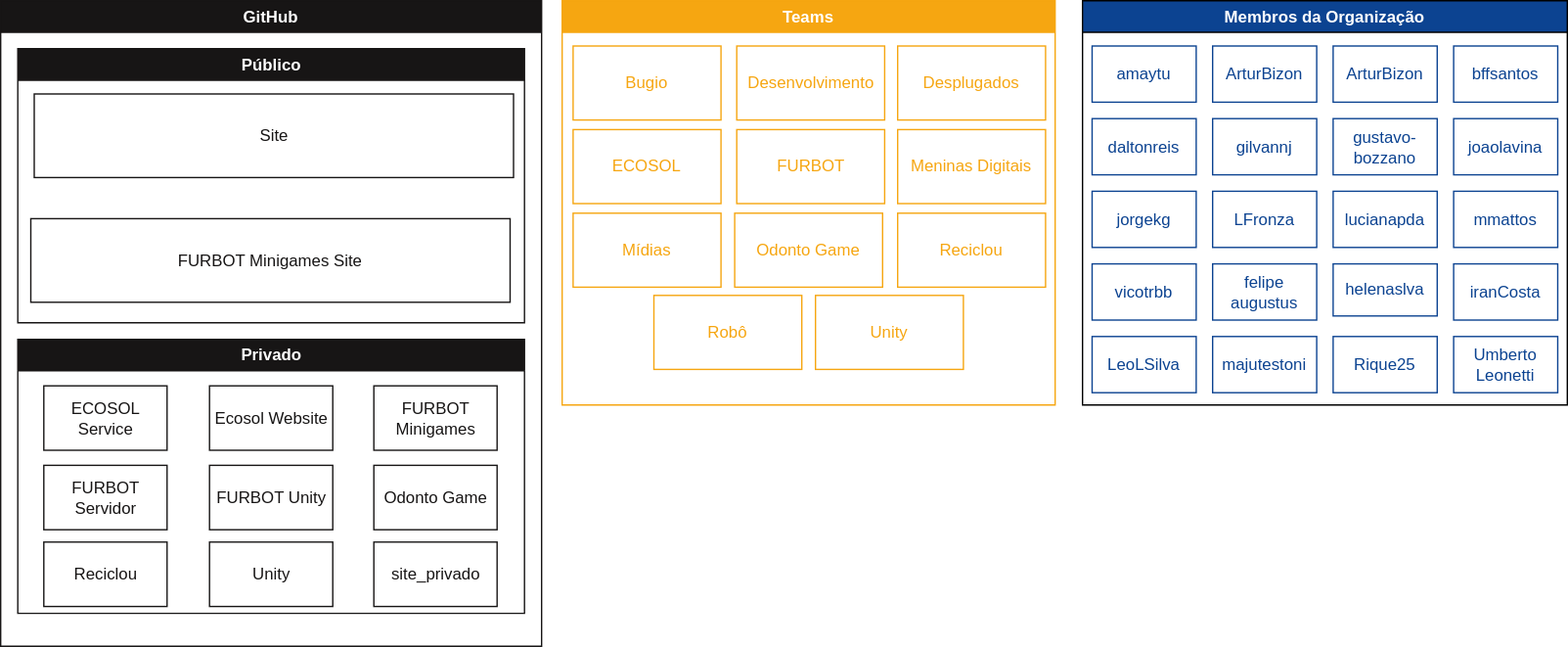
Earlier version of the draw.io export organograma.drawio.svg (LDTTFURB/site). Source tidied: cells renumbered, new cells last; positions are measured from the earlier drawing's top-left corner, leaving out a move shared by most shapes. Source of this version:
```xml
<mxGraphModel background="#ffffff">
  <root>
    <mxCell id="0" />
    <mxCell id="1" parent="0" />
    <mxCell id="2" value="&lt;font color=&quot;#ffffff&quot;&gt;GitHub&lt;/font&gt;" style="swimlane;whiteSpace=wrap;html=1;fillColor=#171515;strokeColor=#171515;" parent="1" vertex="1">
      <mxGeometry width="395" height="471" as="geometry" />
    </mxCell>
    <mxCell id="3" value="&lt;font color=&quot;#ffffff&quot;&gt;Público&lt;/font&gt;" style="swimlane;whiteSpace=wrap;html=1;startSize=23;strokeColor=#171515;fillColor=#171515;" parent="2" vertex="1">
      <mxGeometry x="12.5" y="35" width="370" height="200" as="geometry" />
    </mxCell>
    <mxCell id="4" value="&lt;font color=&quot;#171515&quot;&gt;Site&lt;/font&gt;" style="rounded=0;whiteSpace=wrap;html=1;strokeColor=#171515;fillColor=#FFFFFF;" parent="3" vertex="1">
      <mxGeometry x="12" y="33" width="350" height="61" as="geometry" />
    </mxCell>
    <mxCell id="5" value="&lt;font color=&quot;#171515&quot;&gt;FURBOT Minigames Site&lt;/font&gt;" style="rounded=0;whiteSpace=wrap;html=1;gradientColor=none;strokeColor=#171515;fillColor=#FFFFFF;" parent="3" vertex="1">
      <mxGeometry x="9.5" y="124" width="350" height="61" as="geometry" />
    </mxCell>
    <mxCell id="6" value="&lt;font color=&quot;#ffffff&quot;&gt;Privado&lt;/font&gt;" style="swimlane;whiteSpace=wrap;html=1;fillColor=#171515;strokeColor=#171515;startSize=23;" parent="2" vertex="1">
      <mxGeometry x="12.5" y="247" width="370" height="200" as="geometry" />
    </mxCell>
    <mxCell id="7" value="&lt;font color=&quot;#171515&quot;&gt;Unity&lt;/font&gt;" style="rounded=0;whiteSpace=wrap;html=1;gradientColor=none;strokeColor=#171515;fillColor=#FFFFFF;" parent="6" vertex="1">
      <mxGeometry x="140" y="148" width="90" height="47" as="geometry" />
    </mxCell>
    <mxCell id="8" value="&lt;font color=&quot;#171515&quot;&gt;FURBOT Minigames&lt;/font&gt;" style="rounded=0;whiteSpace=wrap;html=1;gradientColor=none;strokeColor=#171515;fillColor=#FFFFFF;" parent="6" vertex="1">
      <mxGeometry x="260" y="34" width="90" height="47" as="geometry" />
    </mxCell>
    <mxCell id="9" value="&lt;font color=&quot;#171515&quot;&gt;Odonto Game&lt;/font&gt;" style="rounded=0;whiteSpace=wrap;html=1;gradientColor=none;strokeColor=#171515;fillColor=#FFFFFF;" parent="6" vertex="1">
      <mxGeometry x="260" y="92" width="90" height="47" as="geometry" />
    </mxCell>
    <mxCell id="10" value="&lt;font color=&quot;#171515&quot;&gt;FURBOT Unity&lt;/font&gt;" style="rounded=0;whiteSpace=wrap;html=1;gradientColor=none;strokeColor=#171515;fillColor=#FFFFFF;" parent="6" vertex="1">
      <mxGeometry x="140" y="92" width="90" height="47" as="geometry" />
    </mxCell>
    <mxCell id="11" value="&lt;font color=&quot;#171515&quot;&gt;Reciclou&lt;/font&gt;" style="rounded=0;whiteSpace=wrap;html=1;gradientColor=none;strokeColor=#171515;fillColor=#FFFFFF;" parent="6" vertex="1">
      <mxGeometry x="19" y="148" width="90" height="47" as="geometry" />
    </mxCell>
    <mxCell id="12" value="&lt;font color=&quot;#171515&quot;&gt;FURBOT Servidor&lt;/font&gt;" style="rounded=0;whiteSpace=wrap;html=1;gradientColor=none;strokeColor=#171515;fillColor=#FFFFFF;" parent="6" vertex="1">
      <mxGeometry x="19" y="92" width="90" height="47" as="geometry" />
    </mxCell>
    <mxCell id="13" value="&lt;font color=&quot;#171515&quot;&gt;ECOSOL&lt;br&gt;Service&lt;/font&gt;" style="rounded=0;whiteSpace=wrap;html=1;gradientColor=none;strokeColor=#171515;fillColor=#FFFFFF;" parent="6" vertex="1">
      <mxGeometry x="19" y="34" width="90" height="47" as="geometry" />
    </mxCell>
    <mxCell id="14" value="&lt;font color=&quot;#171515&quot;&gt;Ecosol Website&lt;/font&gt;" style="rounded=0;whiteSpace=wrap;html=1;gradientColor=none;strokeColor=#171515;fillColor=#FFFFFF;" parent="6" vertex="1">
      <mxGeometry x="140" y="34" width="90" height="47" as="geometry" />
    </mxCell>
    <mxCell id="15" value="&lt;font color=&quot;#171515&quot;&gt;site_privado&lt;/font&gt;" style="rounded=0;whiteSpace=wrap;html=1;gradientColor=none;strokeColor=#171515;fillColor=#FFFFFF;" parent="6" vertex="1">
      <mxGeometry x="260" y="148" width="90" height="47" as="geometry" />
    </mxCell>
    <mxCell id="16" value="&lt;font color=&quot;#ffffff&quot;&gt;Membros da Organização&lt;/font&gt;" style="swimlane;whiteSpace=wrap;html=1;fillColor=#0c4391;" parent="1" vertex="1">
      <mxGeometry x="790" width="354" height="295" as="geometry" />
    </mxCell>
    <mxCell id="17" value="&lt;font color=&quot;#0c4391&quot;&gt;amaytu&lt;/font&gt;" style="whiteSpace=wrap;html=1;strokeColor=#0c4391;fillColor=#FFFFFF;" parent="16" vertex="1">
      <mxGeometry x="7" y="33" width="76" height="41" as="geometry" />
    </mxCell>
    <mxCell id="18" value="&lt;font color=&quot;#0c4391&quot;&gt;ArturBizon&lt;/font&gt;" style="whiteSpace=wrap;html=1;strokeColor=#0c4391;gradientColor=none;fillColor=#FFFFFF;" parent="16" vertex="1">
      <mxGeometry x="95" y="33" width="76" height="41" as="geometry" />
    </mxCell>
    <mxCell id="19" value="&lt;font color=&quot;#0c4391&quot;&gt;ArturBizon&lt;/font&gt;" style="whiteSpace=wrap;html=1;strokeColor=#0c4391;fillColor=#FFFFFF;" parent="16" vertex="1">
      <mxGeometry x="183" y="33" width="76" height="41" as="geometry" />
    </mxCell>
    <mxCell id="20" value="&lt;font color=&quot;#0c4391&quot;&gt;bffsantos&lt;/font&gt;" style="whiteSpace=wrap;html=1;strokeColor=#0c4391;fillColor=#FFFFFF;" parent="16" vertex="1">
      <mxGeometry x="271" y="33" width="76" height="41" as="geometry" />
    </mxCell>
    <mxCell id="21" value="&lt;font color=&quot;#0c4391&quot;&gt;daltonreis&lt;/font&gt;" style="whiteSpace=wrap;html=1;strokeColor=#0c4391;fillColor=#FFFFFF;" parent="16" vertex="1">
      <mxGeometry x="7" y="86" width="76" height="41" as="geometry" />
    </mxCell>
    <mxCell id="22" value="&lt;font color=&quot;#0c4391&quot;&gt;gilvannj&lt;/font&gt;" style="whiteSpace=wrap;html=1;strokeColor=#0c4391;fillColor=#FFFFFF;" parent="16" vertex="1">
      <mxGeometry x="95" y="86" width="76" height="41" as="geometry" />
    </mxCell>
    <mxCell id="23" value="&lt;font color=&quot;#0c4391&quot;&gt;gustavo-bozzano&lt;/font&gt;" style="whiteSpace=wrap;html=1;strokeColor=#0c4391;fillColor=#FFFFFF;" parent="16" vertex="1">
      <mxGeometry x="183" y="86" width="76" height="41" as="geometry" />
    </mxCell>
    <mxCell id="24" value="&lt;font color=&quot;#0c4391&quot;&gt;joaolavina&lt;/font&gt;" style="whiteSpace=wrap;html=1;strokeColor=#0c4391;fillColor=#FFFFFF;" parent="16" vertex="1">
      <mxGeometry x="271" y="86" width="76" height="41" as="geometry" />
    </mxCell>
    <mxCell id="25" value="&lt;font color=&quot;#0c4391&quot;&gt;jorgekg&lt;/font&gt;" style="whiteSpace=wrap;html=1;strokeColor=#0c4391;fillColor=#FFFFFF;" parent="16" vertex="1">
      <mxGeometry x="7" y="139" width="76" height="41" as="geometry" />
    </mxCell>
    <mxCell id="26" value="&lt;font color=&quot;#0c4391&quot;&gt;LFronza&lt;/font&gt;" style="whiteSpace=wrap;html=1;strokeColor=#0c4391;fillColor=#FFFFFF;" parent="16" vertex="1">
      <mxGeometry x="95" y="139" width="76" height="41" as="geometry" />
    </mxCell>
    <mxCell id="27" value="&lt;font color=&quot;#0c4391&quot;&gt;lucianapda&lt;/font&gt;" style="whiteSpace=wrap;html=1;strokeColor=#0c4391;fillColor=#FFFFFF;" parent="16" vertex="1">
      <mxGeometry x="183" y="139" width="76" height="41" as="geometry" />
    </mxCell>
    <mxCell id="28" value="&lt;font color=&quot;#0c4391&quot;&gt;mmattos&lt;/font&gt;" style="whiteSpace=wrap;html=1;strokeColor=#0c4391;fillColor=#FFFFFF;" parent="16" vertex="1">
      <mxGeometry x="271" y="139" width="76" height="41" as="geometry" />
    </mxCell>
    <mxCell id="29" value="&lt;font color=&quot;#0c4391&quot;&gt;vicotrbb&lt;/font&gt;" style="whiteSpace=wrap;html=1;strokeColor=#0c4391;fillColor=#FFFFFF;" parent="16" vertex="1">
      <mxGeometry x="7" y="192" width="76" height="41" as="geometry" />
    </mxCell>
    <mxCell id="30" value="&lt;font color=&quot;#0c4391&quot;&gt;felipe&lt;br&gt;augustus&lt;/font&gt;" style="whiteSpace=wrap;html=1;strokeColor=#0c4391;fillColor=#FFFFFF;" parent="16" vertex="1">
      <mxGeometry x="95" y="192" width="76" height="41" as="geometry" />
    </mxCell>
    <mxCell id="31" value="&lt;font color=&quot;#0c4391&quot;&gt;helenaslva&lt;/font&gt;" style="whiteSpace=wrap;html=1;strokeColor=#0c4391;fillColor=#FFFFFF;" parent="16" vertex="1">
      <mxGeometry x="183" y="192" width="76" height="38" as="geometry" />
    </mxCell>
    <mxCell id="32" value="&lt;font color=&quot;#0c4391&quot;&gt;iranCosta&lt;/font&gt;" style="whiteSpace=wrap;html=1;strokeColor=#0c4391;fillColor=#FFFFFF;" parent="16" vertex="1">
      <mxGeometry x="271" y="192" width="76" height="41" as="geometry" />
    </mxCell>
    <mxCell id="33" value="&lt;font color=&quot;#0c4391&quot;&gt;LeoLSilva&lt;/font&gt;" style="whiteSpace=wrap;html=1;strokeColor=#0c4391;fillColor=#FFFFFF;" parent="16" vertex="1">
      <mxGeometry x="7" y="245" width="76" height="41" as="geometry" />
    </mxCell>
    <mxCell id="34" value="&lt;font color=&quot;#0c4391&quot;&gt;majutestoni&lt;/font&gt;" style="whiteSpace=wrap;html=1;strokeColor=#0c4391;fillColor=#FFFFFF;" parent="16" vertex="1">
      <mxGeometry x="95" y="245" width="76" height="41" as="geometry" />
    </mxCell>
    <mxCell id="35" value="&lt;font color=&quot;#0c4391&quot;&gt;Rique25&lt;/font&gt;" style="whiteSpace=wrap;html=1;strokeColor=#0c4391;fillColor=#FFFFFF;" parent="16" vertex="1">
      <mxGeometry x="183" y="245" width="76" height="41" as="geometry" />
    </mxCell>
    <mxCell id="36" value="&lt;font color=&quot;#0c4391&quot;&gt;Umberto&lt;br&gt;Leonetti&lt;/font&gt;" style="whiteSpace=wrap;html=1;strokeColor=#0c4391;fillColor=#FFFFFF;" parent="16" vertex="1">
      <mxGeometry x="271" y="245" width="76" height="41" as="geometry" />
    </mxCell>
    <mxCell id="37" value="&lt;font color=&quot;#ffffff&quot;&gt;Teams&lt;/font&gt;" style="swimlane;whiteSpace=wrap;html=1;fillColor=#F6A611;startSize=23;strokeColor=#F6A611;" parent="1" vertex="1">
      <mxGeometry x="410" width="360" height="295" as="geometry" />
    </mxCell>
    <mxCell id="38" value="&lt;font color=&quot;#f6a611&quot;&gt;ECOSOL&lt;/font&gt;" style="rounded=0;whiteSpace=wrap;html=1;strokeColor=#F6A611;fillColor=#FFFFFF;" parent="37" vertex="1">
      <mxGeometry x="8" y="94" width="108" height="54" as="geometry" />
    </mxCell>
    <mxCell id="39" value="&lt;font color=&quot;#f6a611&quot;&gt;Bugio&lt;/font&gt;" style="rounded=0;whiteSpace=wrap;html=1;strokeColor=#F6A611;fillColor=#FFFFFF;" parent="37" vertex="1">
      <mxGeometry x="8" y="33" width="108" height="54" as="geometry" />
    </mxCell>
    <mxCell id="40" value="&lt;font color=&quot;#f6a611&quot;&gt;Mídias&lt;/font&gt;" style="rounded=0;whiteSpace=wrap;html=1;strokeColor=#F6A611;fillColor=#FFFFFF;" parent="37" vertex="1">
      <mxGeometry x="8" y="155" width="108" height="54" as="geometry" />
    </mxCell>
    <mxCell id="41" value="&lt;font color=&quot;#f6a611&quot;&gt;Meninas Digitais&lt;/font&gt;" style="rounded=0;whiteSpace=wrap;html=1;strokeColor=#F6A611;fillColor=#FFFFFF;" parent="37" vertex="1">
      <mxGeometry x="245" y="94" width="108" height="54" as="geometry" />
    </mxCell>
    <mxCell id="42" value="&lt;font color=&quot;#f6a611&quot;&gt;FURBOT&lt;/font&gt;" style="rounded=0;whiteSpace=wrap;html=1;strokeColor=#F6A611;fillColor=#FFFFFF;" parent="37" vertex="1">
      <mxGeometry x="127.5" y="94" width="108" height="54" as="geometry" />
    </mxCell>
    <mxCell id="43" value="&lt;font color=&quot;#f6a611&quot;&gt;Desenvolvimento&lt;/font&gt;" style="rounded=0;whiteSpace=wrap;html=1;strokeColor=#F6A611;fillColor=#FFFFFF;" parent="37" vertex="1">
      <mxGeometry x="127.5" y="33" width="108" height="54" as="geometry" />
    </mxCell>
    <mxCell id="44" value="&lt;font color=&quot;#f6a611&quot;&gt;Odonto Game&lt;/font&gt;" style="rounded=0;whiteSpace=wrap;html=1;strokeColor=#F6A611;fillColor=#FFFFFF;" parent="37" vertex="1">
      <mxGeometry x="126" y="155" width="108" height="54" as="geometry" />
    </mxCell>
    <mxCell id="45" value="&lt;font color=&quot;#f6a611&quot;&gt;Robô&lt;/font&gt;" style="rounded=0;whiteSpace=wrap;html=1;strokeColor=#F6A611;fillColor=#FFFFFF;" parent="37" vertex="1">
      <mxGeometry x="67" y="215" width="108" height="54" as="geometry" />
    </mxCell>
    <mxCell id="46" value="&lt;font color=&quot;#f6a611&quot;&gt;Desplugados&lt;/font&gt;" style="rounded=0;whiteSpace=wrap;html=1;strokeColor=#F6A611;fillColor=#FFFFFF;" parent="37" vertex="1">
      <mxGeometry x="245" y="33" width="108" height="54" as="geometry" />
    </mxCell>
    <mxCell id="47" value="&lt;font color=&quot;#f6a611&quot;&gt;Unity&lt;/font&gt;" style="rounded=0;whiteSpace=wrap;html=1;strokeColor=#F6A611;fillColor=#FFFFFF;" parent="37" vertex="1">
      <mxGeometry x="185" y="215" width="108" height="54" as="geometry" />
    </mxCell>
    <mxCell id="48" value="&lt;font color=&quot;#f6a611&quot;&gt;Reciclou&lt;/font&gt;" style="rounded=0;whiteSpace=wrap;html=1;strokeColor=#F6A611;fillColor=#FFFFFF;" parent="37" vertex="1">
      <mxGeometry x="245" y="155" width="108" height="54" as="geometry" />
    </mxCell>
  </root>
</mxGraphModel>
```
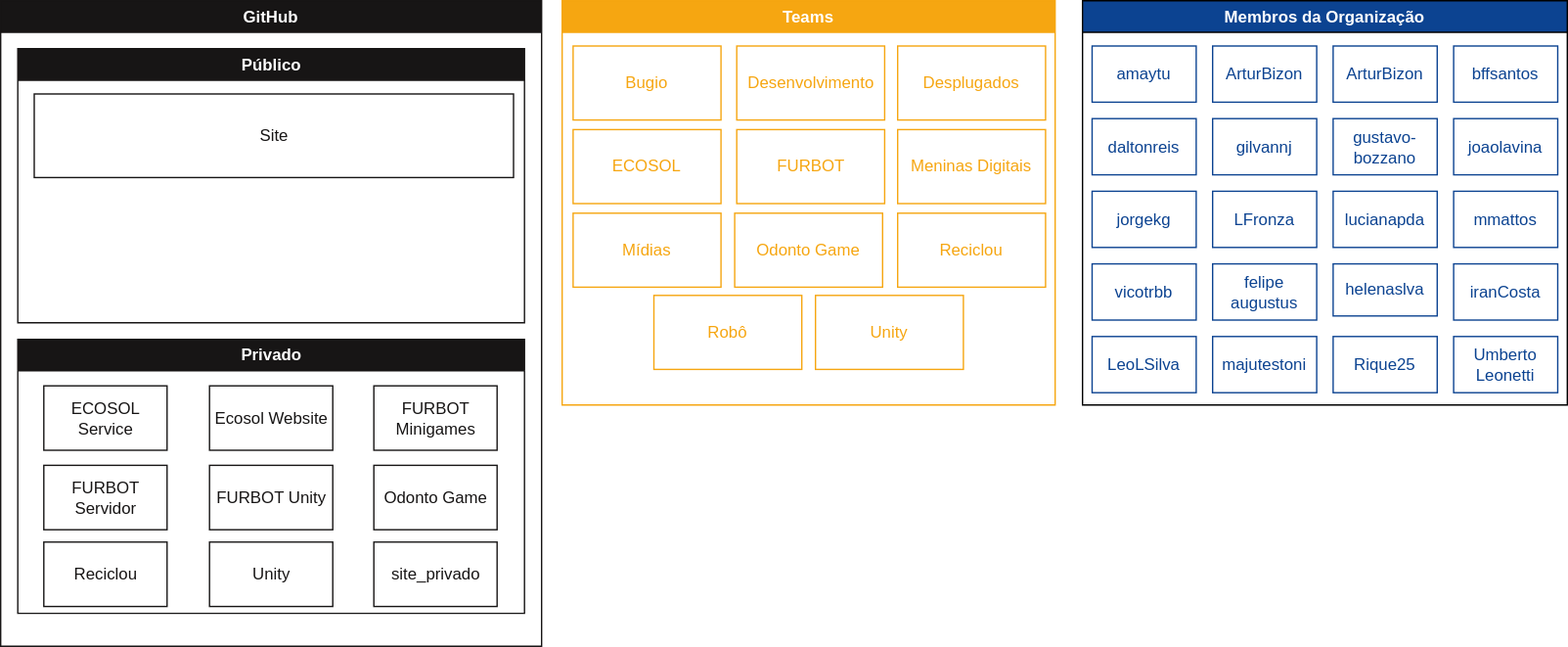
Later version of the same file.

Commit message:
Remover Furbot-minigame.

What changed in the source:
```diff
@@ -11,9 +11,6 @@
     <mxCell id="4" value="&lt;font color=&quot;#171515&quot;&gt;Site&lt;/font&gt;" style="rounded=0;whiteSpace=wrap;html=1;strokeColor=#171515;fillColor=#FFFFFF;" parent="3" vertex="1">
       <mxGeometry x="12" y="33" width="350" height="61" as="geometry" />
     </mxCell>
-    <mxCell id="5" value="&lt;font color=&quot;#171515&quot;&gt;FURBOT Minigames Site&lt;/font&gt;" style="rounded=0;whiteSpace=wrap;html=1;gradientColor=none;strokeColor=#171515;fillColor=#FFFFFF;" parent="3" vertex="1">
-      <mxGeometry x="9.5" y="124" width="350" height="61" as="geometry" />
-    </mxCell>
     <mxCell id="6" value="&lt;font color=&quot;#ffffff&quot;&gt;Privado&lt;/font&gt;" style="swimlane;whiteSpace=wrap;html=1;fillColor=#171515;strokeColor=#171515;startSize=23;" parent="2" vertex="1">
       <mxGeometry x="12.5" y="247" width="370" height="200" as="geometry" />
     </mxCell>
```
